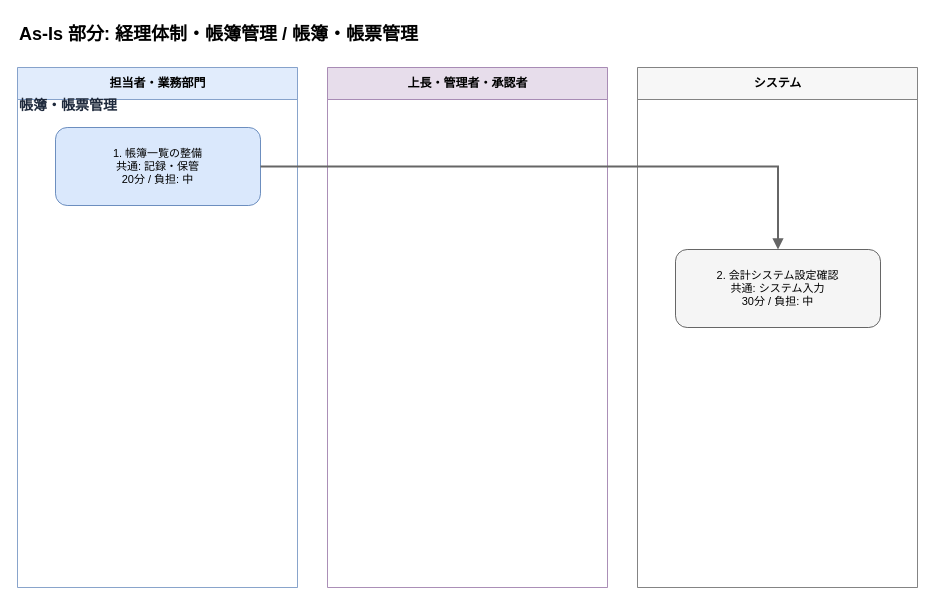
Before: output/flows/asis_経理体制_帳簿管理__帳簿_帳票管理_20260608.drawio in Toshiki811/ai-business-analysis-heatmap, a draw.io diagram. Source tidied: cells renumbered, new cells numbered last; positions are measured from the earlier drawing's top-left corner, leaving out a move shared by most shapes. Both pictures are drawn from the tidied source at 100%, with x=0, y=0 at pixel (17, 17).
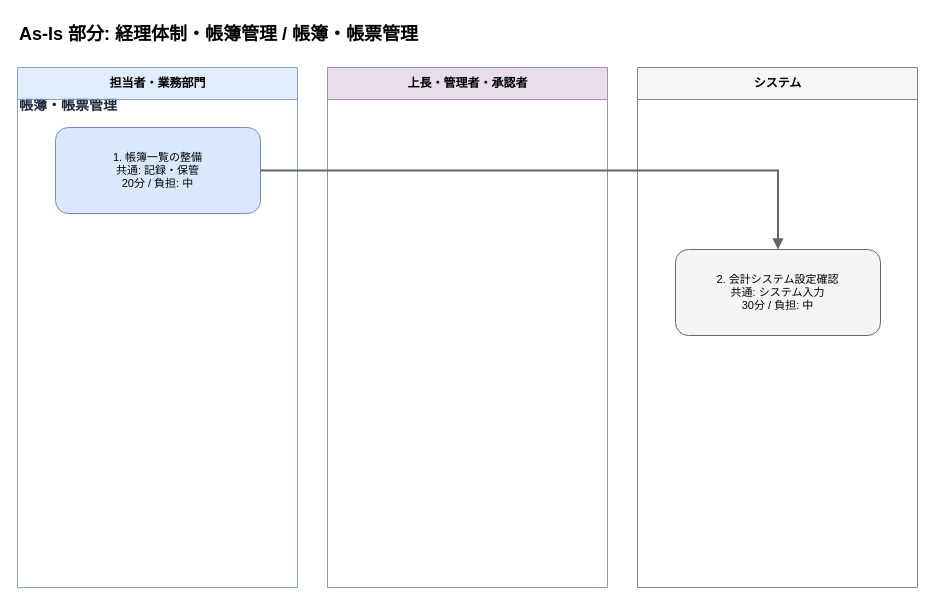
The same diagram, later.

What changed in the source:
```diff
@@
 <mxGraphModel>
   <root>
     <mxCell id="0" />
     <mxCell id="1" parent="0" />
+    <mxCell id="6" value="帳簿・帳票管理" style="text;html=1;strokeColor=none;fillColor=none;align=left;verticalAlign=middle;whiteSpace=wrap;fontSize=14;fontStyle=1;fontColor=#1e293b;" parent="1" vertex="1">
+      <mxGeometry y="76" width="860" height="24" as="geometry" />
+    </mxCell>
     <mxCell id="2" value="As-Is 部分: 経理体制・帳簿管理 / 帳簿・帳票管理" style="text;html=1;strokeColor=none;fillColor=none;align=left;fontSize=18;fontStyle=1;" parent="1" vertex="1">
       <mxGeometry width="880" height="30" as="geometry" />
     </mxCell>
     <mxCell id="3" value="担当者・業務部門" style="swimlane;horizontal=1;startSize=32;html=1;fillColor=#dae8fc;strokeColor=#6c8ebf;fontSize=12;fontStyle=1;opacity=80;" parent="1" vertex="1">
       <mxGeometry y="50" width="280" height="520" as="geometry" />
     </mxCell>
     <mxCell id="4" value="上長・管理者・承認者" style="swimlane;horizontal=1;startSize=32;html=1;fillColor=#e1d5e7;strokeColor=#9673a6;fontSize=12;fontStyle=1;opacity=80;" parent="1" vertex="1">
       <mxGeometry x="310" y="50" width="280" height="520" as="geometry" />
     </mxCell>
     <mxCell id="5" value="システム" style="swimlane;horizontal=1;startSize=32;html=1;fillColor=#f5f5f5;strokeColor=#666666;fontSize=12;fontStyle=1;opacity=80;" parent="1" vertex="1">
       <mxGeometry x="620" y="50" width="280" height="520" as="geometry" />
     </mxCell>
-    <mxCell id="6" value="帳簿・帳票管理" style="text;html=1;strokeColor=none;fillColor=none;align=left;verticalAlign=middle;whiteSpace=wrap;fontSize=14;fontStyle=1;fontColor=#1e293b;" parent="1" vertex="1">
-      <mxGeometry y="76" width="860" height="24" as="geometry" />
-    </mxCell>
     <mxCell id="7" value="1. 帳簿一覧の整備&#10;共通: 記録・保管&#10;20分 / 負担: 中" style="rounded=1;whiteSpace=wrap;html=1;fillColor=#dae8fc;strokeColor=#6c8ebf;strokeWidth=1;fontSize=11;fontColor=#000000;" parent="1" vertex="1">
-      <mxGeometry x="38" y="110" width="205" height="78" as="geometry" />
+      <mxGeometry x="38" y="110" width="205" height="86" as="geometry" />
     </mxCell>
     <mxCell id="8" value="2. 会計システム設定確認&#10;共通: システム入力&#10;30分 / 負担: 中" style="rounded=1;whiteSpace=wrap;html=1;fillColor=#f5f5f5;strokeColor=#666666;strokeWidth=1;fontSize=11;fontColor=#000000;" parent="1" vertex="1">
-      <mxGeometry x="658" y="232" width="205" height="78" as="geometry" />
+      <mxGeometry x="658" y="232" width="205" height="86" as="geometry" />
     </mxCell>
-    <mxCell id="9" style="edgeStyle=orthogonalEdgeStyle;rounded=0;html=1;strokeColor=#666666;strokeWidth=2;endArrow=block;endFill=1;" parent="1" edge="1" source="7" target="8">
+    <mxCell id="9" style="edgeStyle=orthogonalEdgeStyle;rounded=0;html=1;strokeColor=#666666;strokeWidth=2;endArrow=block;endFill=1;fontSize=11;fontColor=#1f2937;" parent="1" edge="1" source="7" target="8">
       <mxGeometry relative="1" as="geometry" />
     </mxCell>
   </root>
 </mxGraphModel>
```
